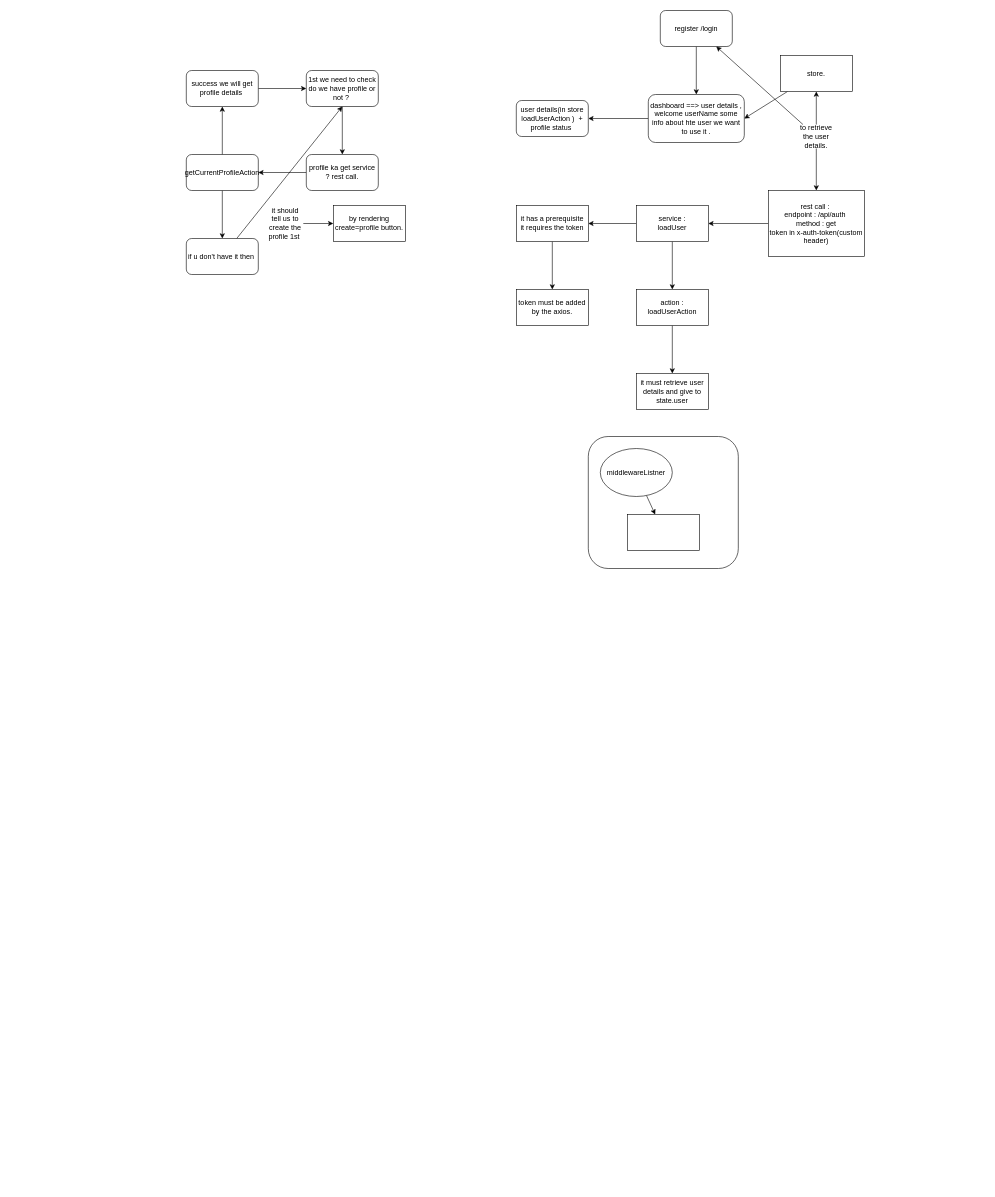
abhinandanchivate/react-oct keeps this draw.io diagram as page "Page-16" (16 of 16) of finalibm react.drawio. Above is the earlier version. Source tidied: cells renumbered, new cells numbered last; positions are measured from the earlier drawing's top-left corner, leaving out a move shared by most shapes. Both pictures are drawn from the tidied source at 60%, with x=0, y=0 at pixel (186, 10).
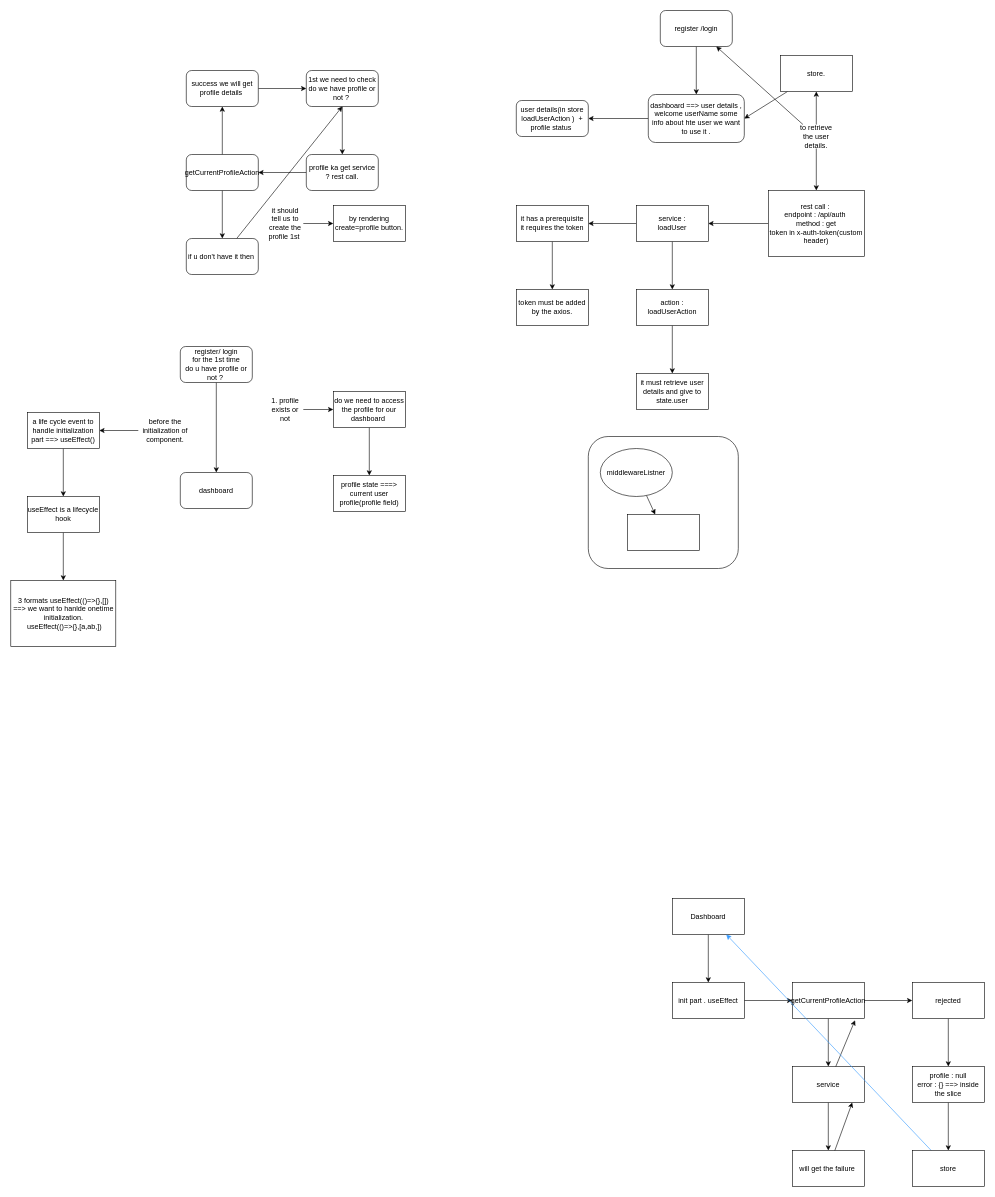
The same diagram, later.

Commit message (it also covers changes not shown here):
feat: Implement dashboard profile management with Redux integration

Diff of the diagram source:
```diff
@@
+    <mxCell id="42" style="edgeStyle=none;html=1;" parent="1" edge="1" source="43" target="44">
+      <mxGeometry relative="1" as="geometry" />
+    </mxCell>
+    <mxCell id="43" value="register/ login&lt;div&gt;for the 1st time&lt;/div&gt;&lt;div&gt;do u have profile or not ?&amp;nbsp;&lt;/div&gt;" style="rounded=1;whiteSpace=wrap;html=1;" parent="1" vertex="1">
+      <mxGeometry x="-10" y="560" width="120" height="60" as="geometry" />
+    </mxCell>
+    <mxCell id="44" value="dashboard" style="whiteSpace=wrap;html=1;rounded=1;" parent="1" vertex="1">
+      <mxGeometry x="-10" y="770" width="120" height="60" as="geometry" />
+    </mxCell>
+    <mxCell id="45" style="edgeStyle=none;html=1;" parent="1" edge="1" source="46" target="48">
+      <mxGeometry relative="1" as="geometry" />
+    </mxCell>
+    <mxCell id="46" value="1. profile exists or not" style="text;html=1;align=center;verticalAlign=middle;whiteSpace=wrap;rounded=0;" parent="1" vertex="1">
+      <mxGeometry x="135" y="650" width="60" height="30" as="geometry" />
+    </mxCell>
+    <mxCell id="47" style="edgeStyle=none;html=1;" parent="1" edge="1" source="48" target="49">
+      <mxGeometry relative="1" as="geometry" />
+    </mxCell>
+    <mxCell id="48" value="do we need to access the profile for our dashboard&amp;nbsp;" style="whiteSpace=wrap;html=1;" parent="1" vertex="1">
+      <mxGeometry x="245" y="635" width="120" height="60" as="geometry" />
+    </mxCell>
+    <mxCell id="49" value="profile state ===&amp;gt; current user profile(profile field)" style="whiteSpace=wrap;html=1;" parent="1" vertex="1">
+      <mxGeometry x="245" y="775" width="120" height="60" as="geometry" />
+    </mxCell>
+    <mxCell id="50" style="edgeStyle=none;html=1;" parent="1" edge="1" source="51" target="53">
+      <mxGeometry relative="1" as="geometry" />
+    </mxCell>
+    <mxCell id="51" value="before the initialization of component." style="text;html=1;align=center;verticalAlign=middle;whiteSpace=wrap;rounded=0;" parent="1" vertex="1">
+      <mxGeometry x="-80" y="670" width="90" height="60" as="geometry" />
+    </mxCell>
+    <mxCell id="52" style="edgeStyle=none;html=1;" parent="1" edge="1" source="53" target="55">
+      <mxGeometry relative="1" as="geometry" />
+    </mxCell>
+    <mxCell id="53" value="a life cycle event to handle initialization part ==&amp;gt; useEffect()" style="whiteSpace=wrap;html=1;" parent="1" vertex="1">
+      <mxGeometry x="-265" y="670" width="120" height="60" as="geometry" />
+    </mxCell>
+    <mxCell id="54" style="edgeStyle=none;html=1;" parent="1" edge="1" source="55" target="56">
+      <mxGeometry relative="1" as="geometry" />
+    </mxCell>
+    <mxCell id="55" value="useEffect is a lifecycle hook" style="whiteSpace=wrap;html=1;" parent="1" vertex="1">
+      <mxGeometry x="-265" y="810" width="120" height="60" as="geometry" />
+    </mxCell>
+    <mxCell id="56" value="3 formats useEffect(()=&amp;gt;{},[]) ==&amp;gt; we want to hanlde onetime initialization.&lt;div&gt;&lt;span style=&quot;color: rgb(0, 0, 0);&quot;&gt;&amp;nbsp;useEffect(()=&amp;gt;{},[a,ab,])&lt;/span&gt;&lt;/div&gt;" style="whiteSpace=wrap;html=1;" parent="1" vertex="1">
+      <mxGeometry x="-292.5" y="950" width="175" height="110" as="geometry" />
+    </mxCell>
+    <mxCell id="57" style="edgeStyle=none;html=1;" parent="1" edge="1" source="58" target="60">
+      <mxGeometry relative="1" as="geometry" />
+    </mxCell>
+    <mxCell id="58" value="Dashboard" style="rounded=0;whiteSpace=wrap;html=1;" parent="1" vertex="1">
+      <mxGeometry x="810" y="1480" width="120" height="60" as="geometry" />
+    </mxCell>
+    <mxCell id="59" style="edgeStyle=none;html=1;" parent="1" edge="1" source="60" target="63">
+      <mxGeometry relative="1" as="geometry" />
+    </mxCell>
+    <mxCell id="60" value="init part . useEffect" style="whiteSpace=wrap;html=1;rounded=0;" parent="1" vertex="1">
+      <mxGeometry x="810" y="1620" width="120" height="60" as="geometry" />
+    </mxCell>
+    <mxCell id="61" style="edgeStyle=none;html=1;" parent="1" edge="1" source="63" target="65">
+      <mxGeometry relative="1" as="geometry" />
+    </mxCell>
+    <mxCell id="62" style="edgeStyle=none;html=1;" parent="1" edge="1" source="63" target="70">
+      <mxGeometry relative="1" as="geometry" />
+    </mxCell>
+    <mxCell id="63" value="getCurrentProfileAction" style="whiteSpace=wrap;html=1;rounded=0;" parent="1" vertex="1">
+      <mxGeometry x="1010" y="1620" width="120" height="60" as="geometry" />
+    </mxCell>
+    <mxCell id="64" style="edgeStyle=none;html=1;" parent="1" edge="1" source="65" target="66">
+      <mxGeometry relative="1" as="geometry" />
+    </mxCell>
+    <mxCell id="65" value="service" style="whiteSpace=wrap;html=1;rounded=0;" parent="1" vertex="1">
+      <mxGeometry x="1010" y="1760" width="120" height="60" as="geometry" />
+    </mxCell>
+    <mxCell id="66" value="will get the failure&amp;nbsp;" style="whiteSpace=wrap;html=1;rounded=0;" parent="1" vertex="1">
+      <mxGeometry x="1010" y="1900" width="120" height="60" as="geometry" />
+    </mxCell>
+    <mxCell id="67" style="edgeStyle=none;html=1;entryX=0.833;entryY=1;entryDx=0;entryDy=0;entryPerimeter=0;" parent="1" edge="1" source="66" target="65">
+      <mxGeometry relative="1" as="geometry" />
+    </mxCell>
+    <mxCell id="68" style="edgeStyle=none;html=1;entryX=0.871;entryY=1.05;entryDx=0;entryDy=0;entryPerimeter=0;" parent="1" edge="1" source="65" target="63">
+      <mxGeometry relative="1" as="geometry" />
+    </mxCell>
+    <mxCell id="69" style="edgeStyle=none;html=1;" parent="1" edge="1" source="70" target="72">
+      <mxGeometry relative="1" as="geometry" />
+    </mxCell>
+    <mxCell id="70" value="rejected" style="whiteSpace=wrap;html=1;rounded=0;" parent="1" vertex="1">
+      <mxGeometry x="1210" y="1620" width="120" height="60" as="geometry" />
+    </mxCell>
+    <mxCell id="71" style="edgeStyle=none;html=1;" parent="1" edge="1" source="72" target="74">
+      <mxGeometry relative="1" as="geometry" />
+    </mxCell>
+    <mxCell id="72" value="profile : null&lt;div&gt;error : {} ==&amp;gt; inside the slice&lt;/div&gt;" style="whiteSpace=wrap;html=1;rounded=0;" parent="1" vertex="1">
+      <mxGeometry x="1210" y="1760" width="120" height="60" as="geometry" />
+    </mxCell>
+    <mxCell id="73" style="edgeStyle=none;html=1;entryX=0.75;entryY=1;entryDx=0;entryDy=0;strokeColor=#3399FF;" parent="1" edge="1" source="74" target="58">
+      <mxGeometry relative="1" as="geometry" />
+    </mxCell>
+    <mxCell id="74" value="store" style="whiteSpace=wrap;html=1;rounded=0;" parent="1" vertex="1">
+      <mxGeometry x="1210" y="1900" width="120" height="60" as="geometry" />
+    </mxCell>
```
